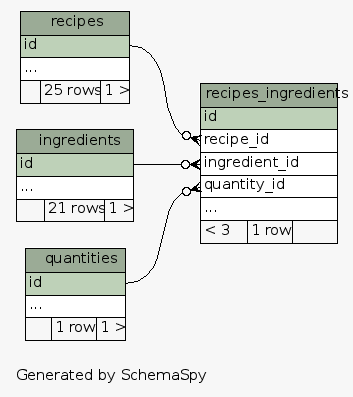
The Graphviz diagram doc/diagrams/summary/relationships.real.compact.png in pianiel/food-net, before a commit. Its source is kept beside it as doc/diagrams/summary/relationships.real.compact.dot.
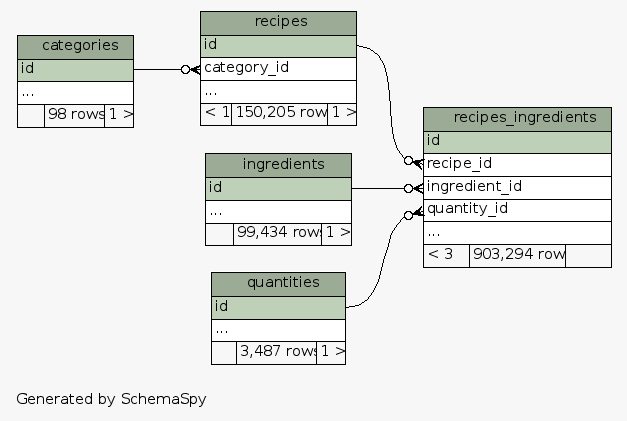
The same file after the commit.

What changed in the source:
```diff
@@ -17,13 +17,24 @@
   edge [
     arrowsize="0.8"
   ];
+  "categories" [
+    label=<
+    <TABLE BORDER="0" CELLBORDER="1" CELLSPACING="0" BGCOLOR="#ffffff">
+      <TR><TD COLSPAN="3" BGCOLOR="#9bab96" ALIGN="CENTER">categories</TD></TR>
+      <TR><TD PORT="id" COLSPAN="3" BGCOLOR="#bed1b8" ALIGN="LEFT">id</TD></TR>
+      <TR><TD PORT="elipses" COLSPAN="3" ALIGN="LEFT">...</TD></TR>
+      <TR><TD ALIGN="LEFT" BGCOLOR="#f7f7f7">  </TD><TD ALIGN="RIGHT" BGCOLOR="#f7f7f7">98 rows</TD><TD ALIGN="RIGHT" BGCOLOR="#f7f7f7">1 &gt;</TD></TR>
+    </TABLE>>
+    URL="tables/categories.html"
+    tooltip="categories"
+  ];
   "ingredients" [
     label=<
     <TABLE BORDER="0" CELLBORDER="1" CELLSPACING="0" BGCOLOR="#ffffff">
       <TR><TD COLSPAN="3" BGCOLOR="#9bab96" ALIGN="CENTER">ingredients</TD></TR>
       <TR><TD PORT="id" COLSPAN="3" BGCOLOR="#bed1b8" ALIGN="LEFT">id</TD></TR>
       <TR><TD PORT="elipses" COLSPAN="3" ALIGN="LEFT">...</TD></TR>
-      <TR><TD ALIGN="LEFT" BGCOLOR="#f7f7f7">  </TD><TD ALIGN="RIGHT" BGCOLOR="#f7f7f7">21 rows</TD><TD ALIGN="RIGHT" BGCOLOR="#f7f7f7">1 &gt;</TD></TR>
+      <TR><TD ALIGN="LEFT" BGCOLOR="#f7f7f7">  </TD><TD ALIGN="RIGHT" BGCOLOR="#f7f7f7">99,434 rows</TD><TD ALIGN="RIGHT" BGCOLOR="#f7f7f7">1 &gt;</TD></TR>
     </TABLE>>
     URL="tables/ingredients.html"
     tooltip="ingredients"
@@ -34,7 +45,7 @@
       <TR><TD COLSPAN="3" BGCOLOR="#9bab96" ALIGN="CENTER">quantities</TD></TR>
       <TR><TD PORT="id" COLSPAN="3" BGCOLOR="#bed1b8" ALIGN="LEFT">id</TD></TR>
       <TR><TD PORT="elipses" COLSPAN="3" ALIGN="LEFT">...</TD></TR>
-      <TR><TD ALIGN="LEFT" BGCOLOR="#f7f7f7">  </TD><TD ALIGN="RIGHT" BGCOLOR="#f7f7f7">1 row</TD><TD ALIGN="RIGHT" BGCOLOR="#f7f7f7">1 &gt;</TD></TR>
+      <TR><TD ALIGN="LEFT" BGCOLOR="#f7f7f7">  </TD><TD ALIGN="RIGHT" BGCOLOR="#f7f7f7">3,487 rows</TD><TD ALIGN="RIGHT" BGCOLOR="#f7f7f7">1 &gt;</TD></TR>
     </TABLE>>
     URL="tables/quantities.html"
     tooltip="quantities"
@@ -44,8 +55,9 @@
     <TABLE BORDER="0" CELLBORDER="1" CELLSPACING="0" BGCOLOR="#ffffff">
       <TR><TD COLSPAN="3" BGCOLOR="#9bab96" ALIGN="CENTER">recipes</TD></TR>
       <TR><TD PORT="id" COLSPAN="3" BGCOLOR="#bed1b8" ALIGN="LEFT">id</TD></TR>
+      <TR><TD PORT="category_id" COLSPAN="3" ALIGN="LEFT">category_id</TD></TR>
       <TR><TD PORT="elipses" COLSPAN="3" ALIGN="LEFT">...</TD></TR>
-      <TR><TD ALIGN="LEFT" BGCOLOR="#f7f7f7">  </TD><TD ALIGN="RIGHT" BGCOLOR="#f7f7f7">25 rows</TD><TD ALIGN="RIGHT" BGCOLOR="#f7f7f7">1 &gt;</TD></TR>
+      <TR><TD ALIGN="LEFT" BGCOLOR="#f7f7f7">&lt; 1</TD><TD ALIGN="RIGHT" BGCOLOR="#f7f7f7">150,205 rows</TD><TD ALIGN="RIGHT" BGCOLOR="#f7f7f7">1 &gt;</TD></TR>
     </TABLE>>
     URL="tables/recipes.html"
     tooltip="recipes"
@@ -59,11 +71,12 @@
       <TR><TD PORT="ingredient_id" COLSPAN="3" ALIGN="LEFT">ingredient_id</TD></TR>
       <TR><TD PORT="quantity_id" COLSPAN="3" ALIGN="LEFT">quantity_id</TD></TR>
       <TR><TD PORT="elipses" COLSPAN="3" ALIGN="LEFT">...</TD></TR>
-      <TR><TD ALIGN="LEFT" BGCOLOR="#f7f7f7">&lt; 3</TD><TD ALIGN="RIGHT" BGCOLOR="#f7f7f7">1 row</TD><TD ALIGN="RIGHT" BGCOLOR="#f7f7f7">  </TD></TR>
+      <TR><TD ALIGN="LEFT" BGCOLOR="#f7f7f7">&lt; 3</TD><TD ALIGN="RIGHT" BGCOLOR="#f7f7f7">903,294 rows</TD><TD ALIGN="RIGHT" BGCOLOR="#f7f7f7">  </TD></TR>
     </TABLE>>
     URL="tables/recipes_ingredients.html"
     tooltip="recipes_ingredients"
   ];
+  "recipes":"category_id":w -> "categories":"id":e [arrowhead=none dir=back arrowtail=crowodot];
   "recipes_ingredients":"ingredient_id":w -> "ingredients":"id":e [arrowhead=none dir=back arrowtail=crowodot];
   "recipes_ingredients":"quantity_id":w -> "quantities":"id":e [arrowhead=none dir=back arrowtail=crowodot];
   "recipes_ingredients":"recipe_id":w -> "recipes":"id":e [arrowhead=none dir=back arrowtail=crowodot];
```
